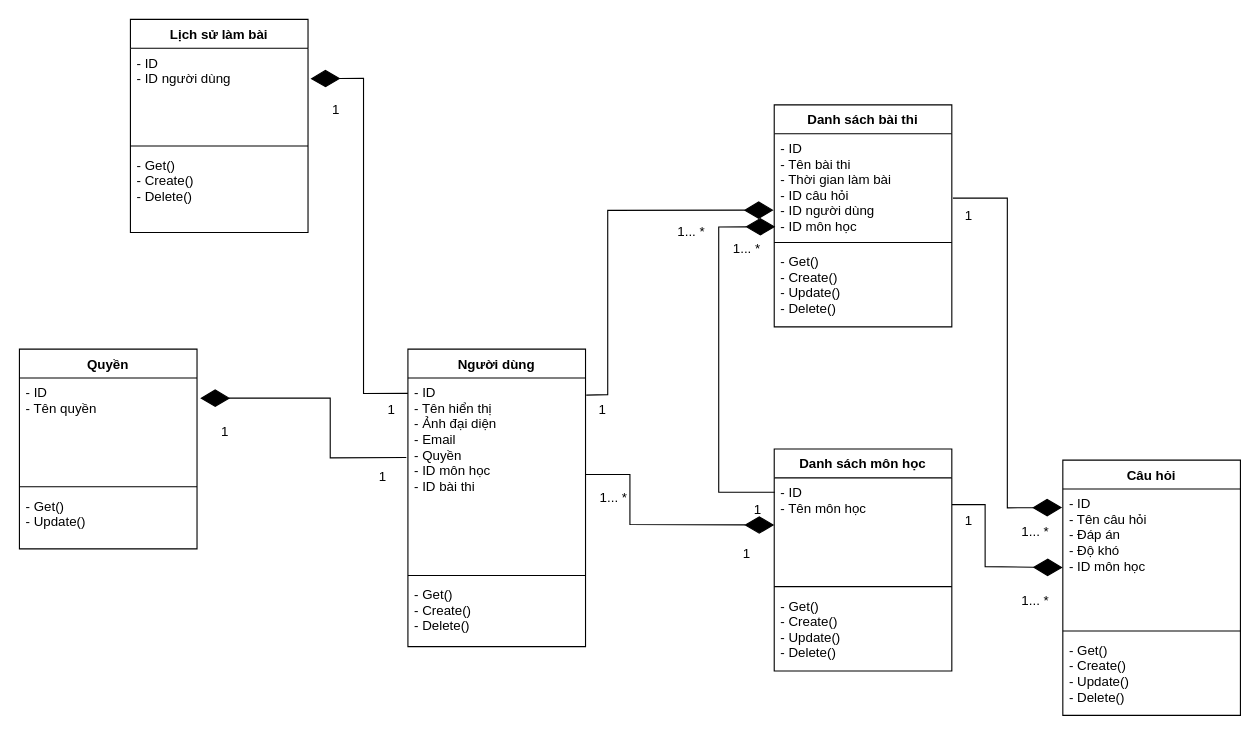
The draw.io diagram page "Biểu đồ lớp tổng quát" (4 of 6) of report/lvtn.drawio in HaiAz/QuizQuestions, before the edit. Source tidied: cells renumbered, new cells numbered last; positions are measured from the earlier drawing's top-left corner, leaving out a move shared by most shapes. Both pictures are drawn from the tidied source at 111%, with x=0, y=0 at pixel (19, 19).
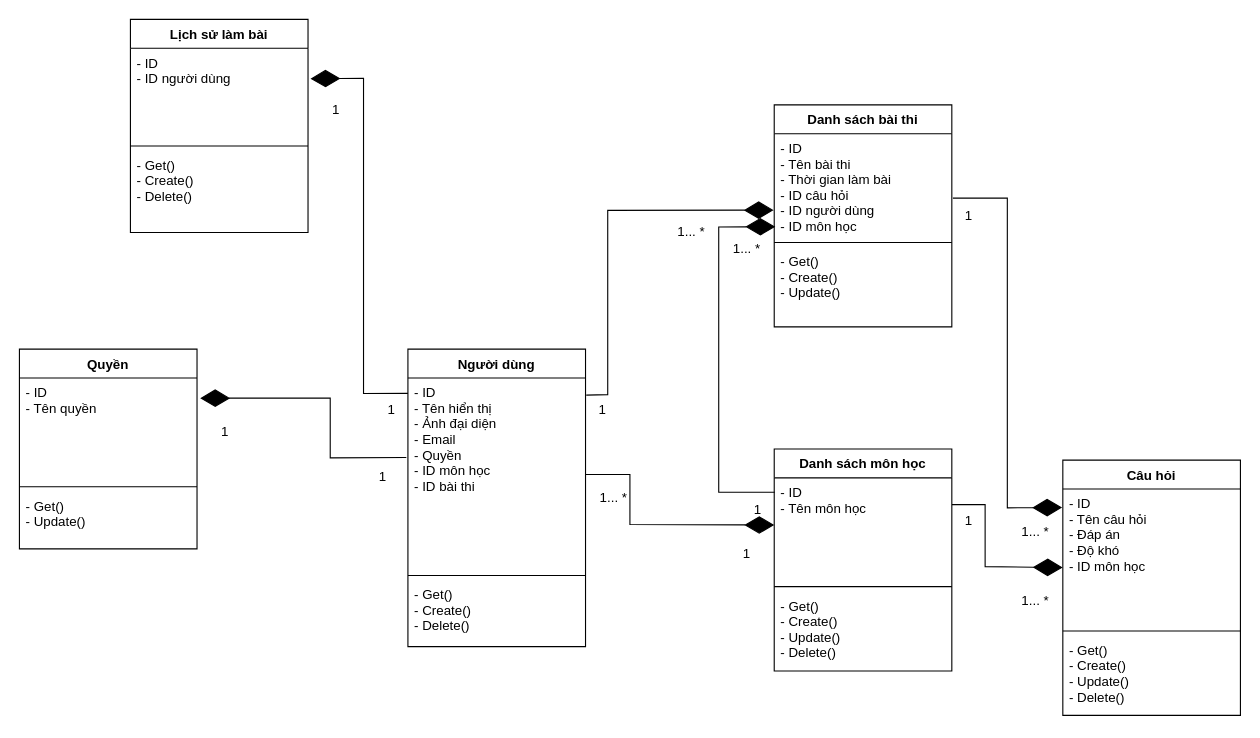
The same page after the edit.

The change refers to these unchanged cells:
```xml
<mxCell id="10" value="Danh sách bài thi" style="swimlane;fontStyle=1;align=center;verticalAlign=top;horizontal=1;startSize=26;" parent="1" vertex="1">
  <mxGeometry x="680" y="77" width="160" height="200" as="geometry" />
</mxCell>
```

Diff of the diagram source:
```diff
@@
-    <mxCell id="13" value="- Get()&#10;- Create()&#10;- Update()&#10;- Delete()" style="text;strokeColor=none;fillColor=none;align=left;verticalAlign=top;spacingLeft=4;spacingRight=4;overflow=hidden;" parent="10" vertex="1">
+    <mxCell id="13" value="- Get()&#10;- Create()&#10;- Update()" style="text;strokeColor=none;fillColor=none;align=left;verticalAlign=top;spacingLeft=4;spacingRight=4;overflow=hidden;" parent="10" vertex="1">
       <mxGeometry y="128" width="160" height="72" as="geometry" />
     </mxCell>
```
